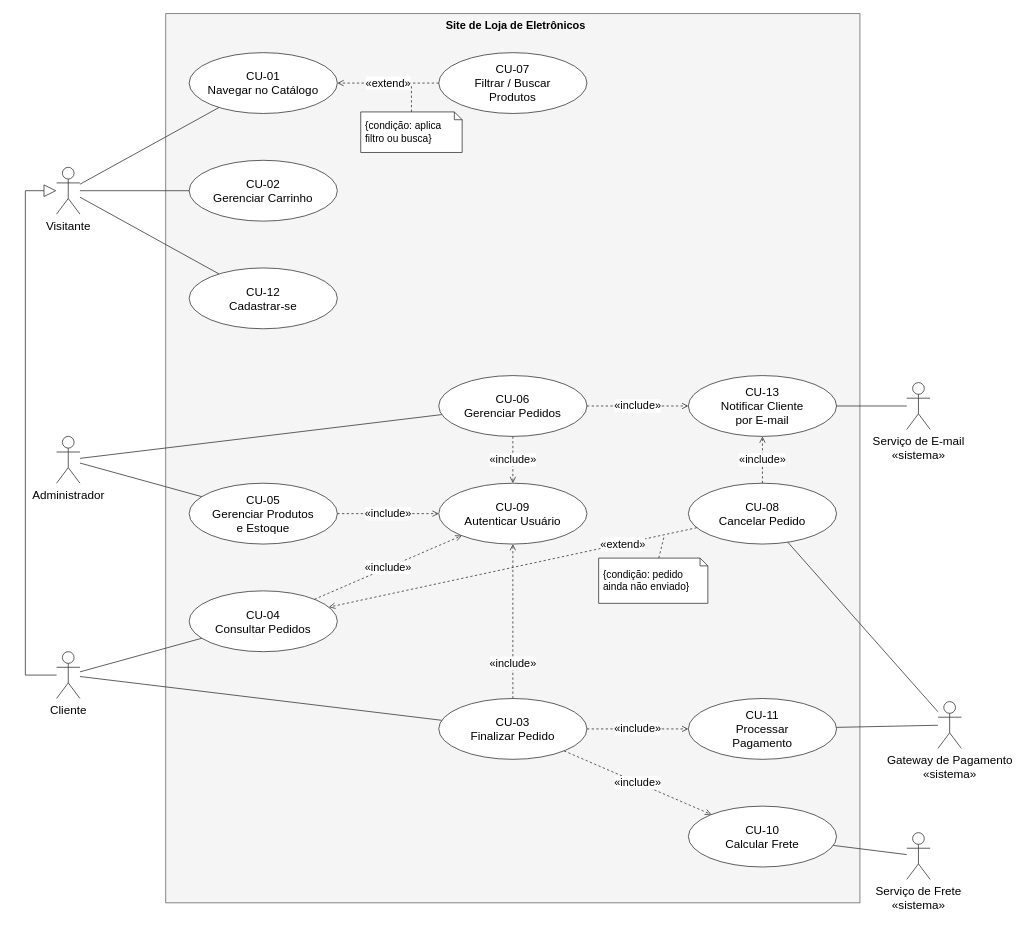
Before: aps2/assets/CU_CasosDeUso.drawio in gabrlou/modelagem-software, a draw.io diagram. Source tidied: cells renumbered, new cells numbered last; positions are measured from the earlier drawing's top-left corner, leaving out a move shared by most shapes. Both pictures are drawn from the tidied source at 78%, with x=0, y=0 at pixel (25, 13).
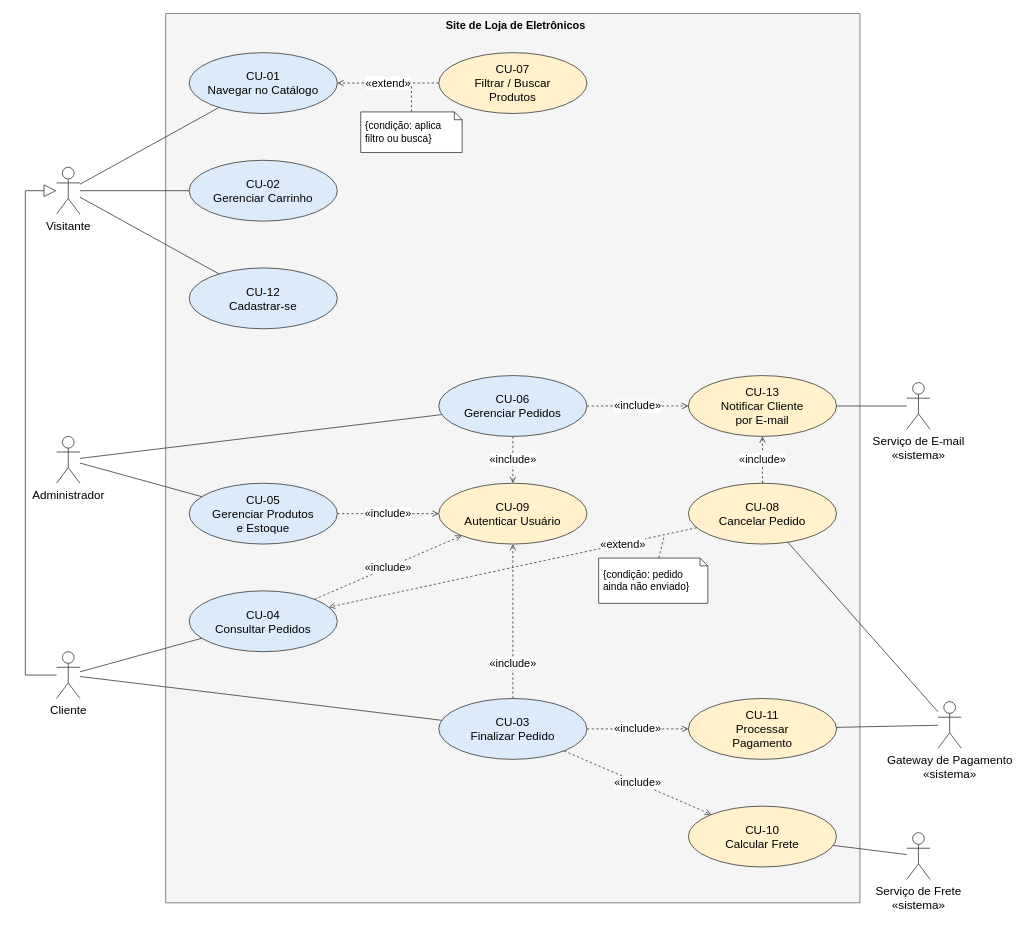
Above is the later version.

Diff of the diagram source:
```diff
@@
-    <mxCell id="3" value="CU-01&lt;br&gt;Navegar no Catálogo" style="ellipse;whiteSpace=wrap;html=1;fillColor=#FFFFFF;strokeColor=#333333;fontSize=15;" parent="1" vertex="1">
+    <mxCell id="3" value="CU-01&lt;br&gt;Navegar no Catálogo" style="ellipse;whiteSpace=wrap;html=1;fillColor=#DCEBFA;strokeColor=#333333;fontSize=15;" parent="1" vertex="1">
       <mxGeometry x="210" y="50" width="190" height="78" as="geometry" />
     </mxCell>
-    <mxCell id="4" value="CU-02&lt;br&gt;Gerenciar Carrinho" style="ellipse;whiteSpace=wrap;html=1;fillColor=#FFFFFF;strokeColor=#333333;fontSize=15;" parent="1" vertex="1">
+    <mxCell id="4" value="CU-02&lt;br&gt;Gerenciar Carrinho" style="ellipse;whiteSpace=wrap;html=1;fillColor=#DCEBFA;strokeColor=#333333;fontSize=15;" parent="1" vertex="1">
       <mxGeometry x="210" y="188" width="190" height="78" as="geometry" />
     </mxCell>
-    <mxCell id="5" value="CU-12&lt;br&gt;Cadastrar-se" style="ellipse;whiteSpace=wrap;html=1;fillColor=#FFFFFF;strokeColor=#333333;fontSize=15;" parent="1" vertex="1">
+    <mxCell id="5" value="CU-12&lt;br&gt;Cadastrar-se" style="ellipse;whiteSpace=wrap;html=1;fillColor=#DCEBFA;strokeColor=#333333;fontSize=15;" parent="1" vertex="1">
       <mxGeometry x="210" y="326" width="190" height="78" as="geometry" />
     </mxCell>
-    <mxCell id="6" value="CU-07&lt;br&gt;Filtrar / Buscar&lt;br&gt;Produtos" style="ellipse;whiteSpace=wrap;html=1;fillColor=#FFFFFF;strokeColor=#333333;fontSize=15;" parent="1" vertex="1">
+    <mxCell id="6" value="CU-07&lt;br&gt;Filtrar / Buscar&lt;br&gt;Produtos" style="ellipse;whiteSpace=wrap;html=1;fillColor=#FFF1CC;strokeColor=#333333;fontSize=15;" parent="1" vertex="1">
       <mxGeometry x="530" y="50" width="190" height="78" as="geometry" />
     </mxCell>
-    <mxCell id="7" value="CU-05&lt;br&gt;Gerenciar Produtos&lt;br&gt;e Estoque" style="ellipse;whiteSpace=wrap;html=1;fillColor=#FFFFFF;strokeColor=#333333;fontSize=15;" parent="1" vertex="1">
+    <mxCell id="7" value="CU-05&lt;br&gt;Gerenciar Produtos&lt;br&gt;e Estoque" style="ellipse;whiteSpace=wrap;html=1;fillColor=#DCEBFA;strokeColor=#333333;fontSize=15;" parent="1" vertex="1">
       <mxGeometry x="210" y="602" width="190" height="78" as="geometry" />
     </mxCell>
-    <mxCell id="8" value="CU-04&lt;br&gt;Consultar Pedidos" style="ellipse;whiteSpace=wrap;html=1;fillColor=#FFFFFF;strokeColor=#333333;fontSize=15;" parent="1" vertex="1">
+    <mxCell id="8" value="CU-04&lt;br&gt;Consultar Pedidos" style="ellipse;whiteSpace=wrap;html=1;fillColor=#DCEBFA;strokeColor=#333333;fontSize=15;" parent="1" vertex="1">
       <mxGeometry x="210" y="740" width="190" height="78" as="geometry" />
     </mxCell>
-    <mxCell id="9" value="CU-03&lt;br&gt;Finalizar Pedido" style="ellipse;whiteSpace=wrap;html=1;fillColor=#FFFFFF;strokeColor=#333333;fontSize=15;" parent="1" vertex="1">
+    <mxCell id="9" value="CU-03&lt;br&gt;Finalizar Pedido" style="ellipse;whiteSpace=wrap;html=1;fillColor=#DCEBFA;strokeColor=#333333;fontSize=15;" parent="1" vertex="1">
       <mxGeometry x="530" y="878" width="190" height="78" as="geometry" />
     </mxCell>
-    <mxCell id="10" value="CU-06&lt;br&gt;Gerenciar Pedidos" style="ellipse;whiteSpace=wrap;html=1;fillColor=#FFFFFF;strokeColor=#333333;fontSize=15;" parent="1" vertex="1">
+    <mxCell id="10" value="CU-06&lt;br&gt;Gerenciar Pedidos" style="ellipse;whiteSpace=wrap;html=1;fillColor=#DCEBFA;strokeColor=#333333;fontSize=15;" parent="1" vertex="1">
       <mxGeometry x="530" y="464" width="190" height="78" as="geometry" />
     </mxCell>
-    <mxCell id="11" value="CU-09&lt;br&gt;Autenticar Usuário" style="ellipse;whiteSpace=wrap;html=1;fillColor=#FFFFFF;strokeColor=#333333;fontSize=15;" parent="1" vertex="1">
+    <mxCell id="11" value="CU-09&lt;br&gt;Autenticar Usuário" style="ellipse;whiteSpace=wrap;html=1;fillColor=#FFF1CC;strokeColor=#333333;fontSize=15;" parent="1" vertex="1">
       <mxGeometry x="530" y="602" width="190" height="78" as="geometry" />
     </mxCell>
-    <mxCell id="12" value="CU-08&lt;br&gt;Cancelar Pedido" style="ellipse;whiteSpace=wrap;html=1;fillColor=#FFFFFF;strokeColor=#333333;fontSize=15;" parent="1" vertex="1">
+    <mxCell id="12" value="CU-08&lt;br&gt;Cancelar Pedido" style="ellipse;whiteSpace=wrap;html=1;fillColor=#FFF1CC;strokeColor=#333333;fontSize=15;" parent="1" vertex="1">
       <mxGeometry x="850" y="602" width="190" height="78" as="geometry" />
     </mxCell>
-    <mxCell id="13" value="CU-13&lt;br&gt;Notificar Cliente&lt;br&gt;por E-mail" style="ellipse;whiteSpace=wrap;html=1;fillColor=#FFFFFF;strokeColor=#333333;fontSize=15;" parent="1" vertex="1">
+    <mxCell id="13" value="CU-13&lt;br&gt;Notificar Cliente&lt;br&gt;por E-mail" style="ellipse;whiteSpace=wrap;html=1;fillColor=#FFF1CC;strokeColor=#333333;fontSize=15;" parent="1" vertex="1">
       <mxGeometry x="850" y="464" width="190" height="78" as="geometry" />
     </mxCell>
-    <mxCell id="14" value="CU-11&lt;br&gt;Processar&lt;br&gt;Pagamento" style="ellipse;whiteSpace=wrap;html=1;fillColor=#FFFFFF;strokeColor=#333333;fontSize=15;" parent="1" vertex="1">
+    <mxCell id="14" value="CU-11&lt;br&gt;Processar&lt;br&gt;Pagamento" style="ellipse;whiteSpace=wrap;html=1;fillColor=#FFF1CC;strokeColor=#333333;fontSize=15;" parent="1" vertex="1">
       <mxGeometry x="850" y="878" width="190" height="78" as="geometry" />
     </mxCell>
-    <mxCell id="15" value="CU-10&lt;br&gt;Calcular Frete" style="ellipse;whiteSpace=wrap;html=1;fillColor=#FFFFFF;strokeColor=#333333;fontSize=15;" parent="1" vertex="1">
+    <mxCell id="15" value="CU-10&lt;br&gt;Calcular Frete" style="ellipse;whiteSpace=wrap;html=1;fillColor=#FFF1CC;strokeColor=#333333;fontSize=15;" parent="1" vertex="1">
       <mxGeometry x="850" y="1016" width="190" height="78" as="geometry" />
     </mxCell>
```
